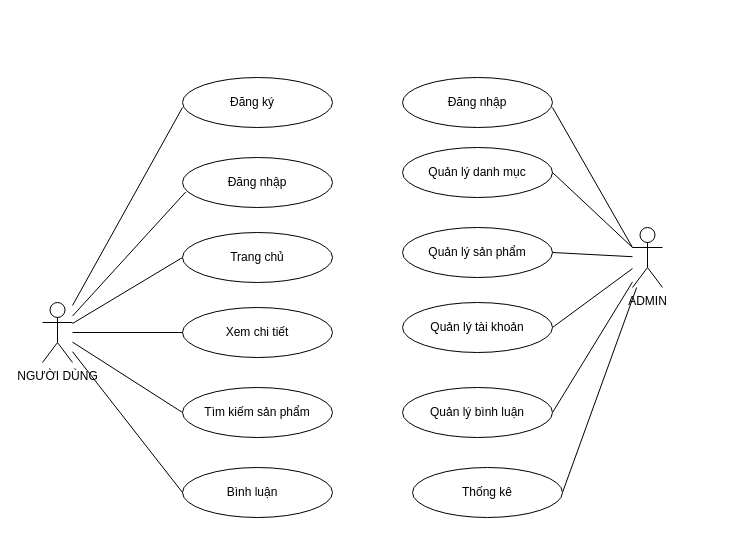
Earlier version of the draw.io diagram page "Page-1" (1 of 2) of usecase.drawio (Thuyvt/03_T2_WD21101_WEB2041). Source tidied: cells renumbered, new cells numbered last; positions are measured from the earlier drawing's top-left corner, leaving out a move shared by most shapes. Both pictures are drawn from the tidied source at 100%, with x=0, y=0 at pixel (42, 77).
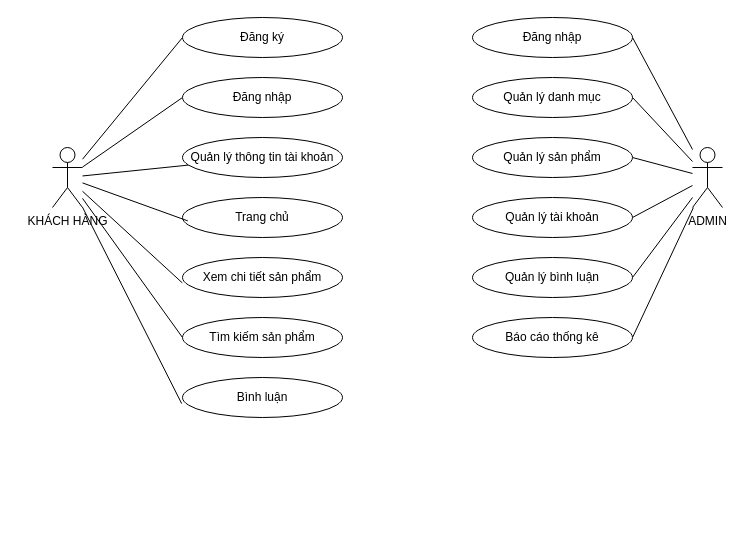
After the change.

Diff of the diagram source:
```diff
@@
-    <mxCell id="2" style="rounded=0;jettySize=auto;html=1;entryX=0;entryY=0.5;entryDx=0;entryDy=0;endArrow=none;endFill=0;" parent="1" edge="1" source="6" target="16">
-      <mxGeometry relative="1" as="geometry" />
-    </mxCell>
-    <mxCell id="3" style="rounded=0;jettySize=auto;html=1;endArrow=none;endFill=0;" parent="1" edge="1" source="6" target="18">
-      <mxGeometry relative="1" as="geometry" />
-    </mxCell>
-    <mxCell id="4" style="rounded=0;jettySize=auto;html=1;entryX=0;entryY=0.5;entryDx=0;entryDy=0;endArrow=none;endFill=0;" parent="1" edge="1" source="6" target="22">
-      <mxGeometry relative="1" as="geometry" />
-    </mxCell>
-    <mxCell id="5" style="rounded=0;jettySize=auto;html=1;entryX=0;entryY=0.5;entryDx=0;entryDy=0;endArrow=none;endFill=0;" parent="1" edge="1" source="6" target="20">
-      <mxGeometry relative="1" as="geometry" />
-    </mxCell>
-    <mxCell id="6" value="NGƯỜI DÙNG" style="shape=umlActor;verticalLabelPosition=bottom;verticalAlign=top;html=1;outlineConnect=0;" parent="1" vertex="1">
-      <mxGeometry y="225" width="30" height="60" as="geometry" />
-    </mxCell>
-    <mxCell id="7" style="rounded=0;jettySize=auto;html=1;entryX=1;entryY=0.5;entryDx=0;entryDy=0;endArrow=none;endFill=0;" parent="1" edge="1" source="11" target="29">
-      <mxGeometry relative="1" as="geometry" />
-    </mxCell>
-    <mxCell id="8" style="rounded=0;jettySize=auto;html=1;entryX=1;entryY=0.5;entryDx=0;entryDy=0;endArrow=none;endFill=0;" parent="1" edge="1" source="11" target="31">
-      <mxGeometry relative="1" as="geometry" />
-    </mxCell>
-    <mxCell id="9" style="rounded=0;jettySize=auto;html=1;entryX=1;entryY=0.5;entryDx=0;entryDy=0;endArrow=none;endFill=0;" parent="1" edge="1" source="11" target="33">
-      <mxGeometry relative="1" as="geometry" />
-    </mxCell>
-    <mxCell id="10" style="rounded=0;jettySize=auto;html=1;entryX=1;entryY=0.5;entryDx=0;entryDy=0;endArrow=none;endFill=0;" parent="1" edge="1" source="11" target="35">
-      <mxGeometry relative="1" as="geometry" />
-    </mxCell>
+    <mxCell id="40" style="rounded=0;jettySize=auto;html=1;entryX=0;entryY=0.5;entryDx=0;entryDy=0;endArrow=none;endFill=0;" parent="1" edge="1" source="44" target="13">
+      <mxGeometry relative="1" as="geometry" />
+    </mxCell>
+    <mxCell id="41" style="rounded=0;jettySize=auto;html=1;entryX=0;entryY=0.5;entryDx=0;entryDy=0;endArrow=none;endFill=0;" parent="1" edge="1" source="44" target="51">
+      <mxGeometry relative="1" as="geometry" />
+    </mxCell>
+    <mxCell id="42" style="rounded=0;jettySize=auto;html=1;endArrow=none;endFill=0;" parent="1" edge="1" source="44" target="52">
+      <mxGeometry relative="1" as="geometry" />
+    </mxCell>
+    <mxCell id="43" style="rounded=0;jettySize=auto;html=1;entryX=0;entryY=0.5;entryDx=0;entryDy=0;endArrow=none;endFill=0;" parent="1" edge="1" source="44" target="23">
+      <mxGeometry relative="1" as="geometry" />
+    </mxCell>
+    <mxCell id="44" value="KHÁCH HÀNG" style="shape=umlActor;verticalLabelPosition=bottom;verticalAlign=top;html=1;outlineConnect=0;" parent="1" vertex="1">
+      <mxGeometry x="10" y="70" width="30" height="60" as="geometry" />
+    </mxCell>
+    <mxCell id="45" style="rounded=0;jettySize=auto;html=1;entryX=1;entryY=0.5;entryDx=0;entryDy=0;endArrow=none;endFill=0;" parent="1" edge="1" source="11" target="57">
+      <mxGeometry relative="1" as="geometry" />
+    </mxCell>
+    <mxCell id="46" style="rounded=0;jettySize=auto;html=1;entryX=1;entryY=0.5;entryDx=0;entryDy=0;endArrow=none;endFill=0;" parent="1" edge="1" source="11" target="28">
+      <mxGeometry relative="1" as="geometry" />
+    </mxCell>
+    <mxCell id="47" style="rounded=0;jettySize=auto;html=1;entryX=1;entryY=0.5;entryDx=0;entryDy=0;endArrow=none;endFill=0;" parent="1" edge="1" source="11" target="30">
+      <mxGeometry relative="1" as="geometry" />
+    </mxCell>
+    <mxCell id="48" style="rounded=0;jettySize=auto;html=1;entryX=1;entryY=0.5;entryDx=0;entryDy=0;endArrow=none;endFill=0;" parent="1" edge="1" source="11" target="32">
+      <mxGeometry relative="1" as="geometry" />
+    </mxCell>
+    <mxCell id="49" style="rounded=0;jettySize=auto;html=1;entryX=1;entryY=0.5;entryDx=0;entryDy=0;endArrow=none;endFill=0;" parent="1" edge="1" source="11" target="34">
+      <mxGeometry relative="1" as="geometry" />
+    </mxCell>
+    <mxCell id="50" style="rounded=0;jettySize=auto;html=1;entryX=1;entryY=0.5;entryDx=0;entryDy=0;endArrow=none;endFill=0;" parent="1" edge="1" source="11" target="58">
+      <mxGeometry relative="1" as="geometry" />
+    </mxCell>
     <mxCell id="11" value="ADMIN" style="shape=umlActor;verticalLabelPosition=bottom;verticalAlign=top;html=1;outlineConnect=0;" parent="1" vertex="1">
-      <mxGeometry x="590" y="150" width="30" height="60" as="geometry" />
+      <mxGeometry x="650" y="70" width="30" height="60" as="geometry" />
     </mxCell>
-    <mxCell id="12" style="ellipse;whiteSpace=wrap;html=1;" parent="1" vertex="1">
-      <mxGeometry x="140" width="150" height="50" as="geometry" />
-    </mxCell>
-    <mxCell id="13" value="Đăng ký" style="text;html=1;whiteSpace=wrap;strokeColor=none;fillColor=none;align=center;verticalAlign=middle;rounded=0;" parent="1" vertex="1">
-      <mxGeometry x="180" y="10" width="60" height="30" as="geometry" />
+    <mxCell id="13" value="Đăng ký" style="ellipse;whiteSpace=wrap;html=1;" parent="1" vertex="1">
+      <mxGeometry x="140" y="-60" width="160" height="40" as="geometry" />
     </mxCell>
-    <mxCell id="14" style="ellipse;whiteSpace=wrap;html=1;" parent="1" vertex="1">
-      <mxGeometry x="140" y="80" width="150" height="50" as="geometry" />
-    </mxCell>
-    <mxCell id="15" value="Đăng nhập" style="text;html=1;whiteSpace=wrap;strokeColor=none;fillColor=none;align=center;verticalAlign=middle;rounded=0;" parent="1" vertex="1">
-      <mxGeometry x="170" y="90" width="90" height="30" as="geometry" />
-    </mxCell>
-    <mxCell id="16" style="ellipse;whiteSpace=wrap;html=1;" parent="1" vertex="1">
-      <mxGeometry x="140" y="155" width="150" height="50" as="geometry" />
-    </mxCell>
+    <mxCell id="51" value="Đăng nhập" style="ellipse;whiteSpace=wrap;html=1;" parent="1" vertex="1">
+      <mxGeometry x="140" width="160" height="40" as="geometry" />
+    </mxCell>
+    <mxCell id="52" value="Quản lý thông tin tài khoản" style="ellipse;whiteSpace=wrap;html=1;" parent="1" vertex="1">
+      <mxGeometry x="140" y="60" width="160" height="40" as="geometry" />
+    </mxCell>
-    <mxCell id="17" value="Trang chủ" style="text;html=1;whiteSpace=wrap;strokeColor=none;fillColor=none;align=center;verticalAlign=middle;rounded=0;" parent="1" vertex="1">
-      <mxGeometry x="170" y="165" width="90" height="30" as="geometry" />
+    <mxCell id="17" value="Trang chủ" style="ellipse;whiteSpace=wrap;html=1;" parent="1" vertex="1">
+      <mxGeometry x="140" y="120" width="160" height="40" as="geometry" />
     </mxCell>
-    <mxCell id="18" style="ellipse;whiteSpace=wrap;html=1;" parent="1" vertex="1">
-      <mxGeometry x="140" y="230" width="150" height="50" as="geometry" />
-    </mxCell>
-    <mxCell id="19" value="Xem chi tiết" style="text;html=1;whiteSpace=wrap;strokeColor=none;fillColor=none;align=center;verticalAlign=middle;rounded=0;" parent="1" vertex="1">
-      <mxGeometry x="170" y="240" width="90" height="30" as="geometry" />
-    </mxCell>
-    <mxCell id="20" style="ellipse;whiteSpace=wrap;html=1;" parent="1" vertex="1">
-      <mxGeometry x="140" y="390" width="150" height="50" as="geometry" />
-    </mxCell>
+    <mxCell id="53" value="Xem chi tiết sản phẩm" style="ellipse;whiteSpace=wrap;html=1;" parent="1" vertex="1">
+      <mxGeometry x="140" y="180" width="160" height="40" as="geometry" />
+    </mxCell>
+    <mxCell id="23" value="Tìm kiếm sản phẩm" style="ellipse;whiteSpace=wrap;html=1;" parent="1" vertex="1">
+      <mxGeometry x="140" y="240" width="160" height="40" as="geometry" />
+    </mxCell>
-    <mxCell id="21" value="Bình luận" style="text;html=1;whiteSpace=wrap;strokeColor=none;fillColor=none;align=center;verticalAlign=middle;rounded=0;" parent="1" vertex="1">
-      <mxGeometry x="165" y="400" width="90" height="30" as="geometry" />
+    <mxCell id="21" value="Bình luận" style="ellipse;whiteSpace=wrap;html=1;" parent="1" vertex="1">
+      <mxGeometry x="140" y="300" width="160" height="40" as="geometry" />
     </mxCell>
-    <mxCell id="22" style="ellipse;whiteSpace=wrap;html=1;" parent="1" vertex="1">
-      <mxGeometry x="140" y="310" width="150" height="50" as="geometry" />
-    </mxCell>
-    <mxCell id="23" value="Tìm kiếm sản phẩm" style="text;html=1;whiteSpace=wrap;strokeColor=none;fillColor=none;align=center;verticalAlign=middle;rounded=0;" parent="1" vertex="1">
-      <mxGeometry x="160" y="320" width="110" height="30" as="geometry" />
-    </mxCell>
-    <mxCell id="24" style="ellipse;whiteSpace=wrap;html=1;" parent="1" vertex="1">
-      <mxGeometry x="360" width="150" height="50" as="geometry" />
-    </mxCell>
-    <mxCell id="25" value="Đăng nhập" style="text;html=1;whiteSpace=wrap;strokeColor=none;fillColor=none;align=center;verticalAlign=middle;rounded=0;" parent="1" vertex="1">
-      <mxGeometry x="385" y="10" width="100" height="30" as="geometry" />
-    </mxCell>
-    <mxCell id="26" style="endArrow=none;html=1;rounded=0;exitX=0;exitY=0.3333333333333333;exitDx=0;exitDy=0;exitPerimeter=0;" parent="1" edge="1" source="11">
-      <mxGeometry relative="1" as="geometry">
-        <mxPoint x="510" y="30" as="targetPoint" />
-      </mxGeometry>
-    </mxCell>
-    <mxCell id="27" style="ellipse;whiteSpace=wrap;html=1;" parent="1" vertex="1">
-      <mxGeometry x="360" y="70" width="150" height="50" as="geometry" />
-    </mxCell>
+    <mxCell id="54" style="rounded=0;jettySize=auto;html=1;entryX=0.033;entryY=0.584;entryDx=0;entryDy=0;entryPerimeter=0;endArrow=none;endFill=0;" parent="1" edge="1" source="44" target="17">
+      <mxGeometry relative="1" as="geometry" />
+    </mxCell>
+    <mxCell id="55" style="rounded=0;jettySize=auto;html=1;entryX=-0.001;entryY=0.635;entryDx=0;entryDy=0;entryPerimeter=0;endArrow=none;endFill=0;" parent="1" edge="1" source="44" target="53">
+      <mxGeometry relative="1" as="geometry" />
+    </mxCell>
+    <mxCell id="56" style="rounded=0;jettySize=auto;html=1;entryX=-0.005;entryY=0.653;entryDx=0;entryDy=0;entryPerimeter=0;endArrow=none;endFill=0;" parent="1" edge="1" source="44" target="21">
+      <mxGeometry relative="1" as="geometry" />
+    </mxCell>
+    <mxCell id="57" value="Đăng nhập" style="ellipse;whiteSpace=wrap;html=1;" parent="1" vertex="1">
+      <mxGeometry x="430" y="-60" width="160" height="40" as="geometry" />
+    </mxCell>
-    <mxCell id="28" value="Quản lý danh mục" style="text;html=1;whiteSpace=wrap;strokeColor=none;fillColor=none;align=center;verticalAlign=middle;rounded=0;" parent="1" vertex="1">
-      <mxGeometry x="385" y="80" width="100" height="30" as="geometry" />
+    <mxCell id="28" value="Quản lý danh mục" style="ellipse;whiteSpace=wrap;html=1;" parent="1" vertex="1">
+      <mxGeometry x="430" width="160" height="40" as="geometry" />
     </mxCell>
-    <mxCell id="29" style="ellipse;whiteSpace=wrap;html=1;" parent="1" vertex="1">
-      <mxGeometry x="360" y="150" width="150" height="50" as="geometry" />
-    </mxCell>
-    <mxCell id="30" value="Quản lý sản phẩm" style="text;html=1;whiteSpace=wrap;strokeColor=none;fillColor=none;align=center;verticalAlign=middle;rounded=0;" parent="1" vertex="1">
-      <mxGeometry x="385" y="160" width="100" height="30" as="geometry" />
+    <mxCell id="30" value="Quản lý sản phẩm" style="ellipse;whiteSpace=wrap;html=1;" parent="1" vertex="1">
+      <mxGeometry x="430" y="60" width="160" height="40" as="geometry" />
     </mxCell>
-    <mxCell id="31" style="ellipse;whiteSpace=wrap;html=1;" parent="1" vertex="1">
-      <mxGeometry x="360" y="225" width="150" height="50" as="geometry" />
-    </mxCell>
-    <mxCell id="32" value="Quản lý tài khoản" style="text;html=1;whiteSpace=wrap;strokeColor=none;fillColor=none;align=center;verticalAlign=middle;rounded=0;" parent="1" vertex="1">
-      <mxGeometry x="385" y="235" width="100" height="30" as="geometry" />
+    <mxCell id="32" value="Quản lý tài khoản" style="ellipse;whiteSpace=wrap;html=1;" parent="1" vertex="1">
+      <mxGeometry x="430" y="120" width="160" height="40" as="geometry" />
     </mxCell>
-    <mxCell id="33" style="ellipse;whiteSpace=wrap;html=1;" parent="1" vertex="1">
-      <mxGeometry x="360" y="310" width="150" height="50" as="geometry" />
-    </mxCell>
-    <mxCell id="34" value="Quản lý bình luận" style="text;html=1;whiteSpace=wrap;strokeColor=none;fillColor=none;align=center;verticalAlign=middle;rounded=0;" parent="1" vertex="1">
-      <mxGeometry x="385" y="320" width="100" height="30" as="geometry" />
+    <mxCell id="34" value="Quản lý bình luận" style="ellipse;whiteSpace=wrap;html=1;" parent="1" vertex="1">
+      <mxGeometry x="430" y="180" width="160" height="40" as="geometry" />
     </mxCell>
-    <mxCell id="35" style="ellipse;whiteSpace=wrap;html=1;" parent="1" vertex="1">
-      <mxGeometry x="370" y="390" width="150" height="50" as="geometry" />
-    </mxCell>
-    <mxCell id="36" value="Thống kê" style="text;html=1;whiteSpace=wrap;strokeColor=none;fillColor=none;align=center;verticalAlign=middle;rounded=0;" parent="1" vertex="1">
-      <mxGeometry x="395" y="400" width="100" height="30" as="geometry" />
-    </mxCell>
-    <mxCell id="37" style="endArrow=none;html=1;rounded=0;exitX=0;exitY=0.3333333333333333;exitDx=0;exitDy=0;exitPerimeter=0;" parent="1" edge="1" source="11">
-      <mxGeometry relative="1" as="geometry">
-        <mxPoint x="510" y="95" as="targetPoint" />
-      </mxGeometry>
-    </mxCell>
-    <mxCell id="38" style="rounded=0;jettySize=auto;html=1;entryX=0;entryY=0.6;entryDx=0;entryDy=0;entryPerimeter=0;endArrow=none;endFill=0;" parent="1" edge="1" source="6" target="12">
-      <mxGeometry relative="1" as="geometry" />
-    </mxCell>
-    <mxCell id="39" style="rounded=0;jettySize=auto;html=1;entryX=0.022;entryY=0.688;entryDx=0;entryDy=0;entryPerimeter=0;endArrow=none;endFill=0;" parent="1" edge="1" source="6" target="14">
-      <mxGeometry relative="1" as="geometry" />
-    </mxCell>
+    <mxCell id="58" value="Báo cáo thống kê" style="ellipse;whiteSpace=wrap;html=1;" parent="1" vertex="1">
+      <mxGeometry x="430" y="240" width="160" height="40" as="geometry" />
+    </mxCell>
```
